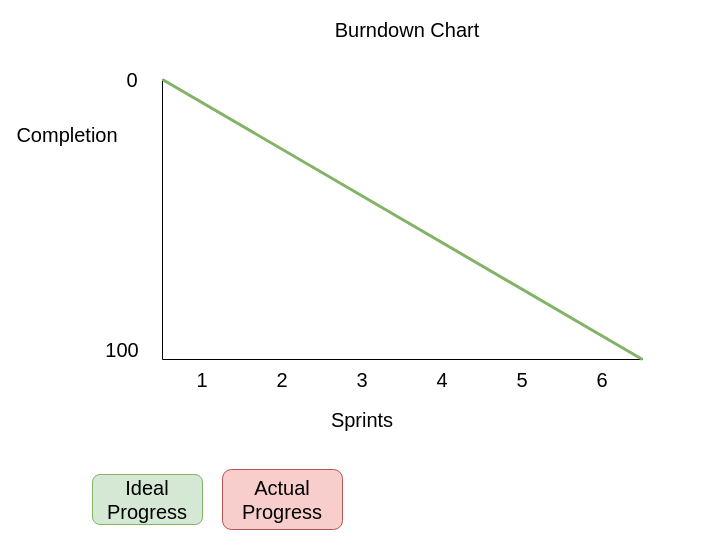
Before: Burndown.drawio in sbeckstrand/cs-3450-disk-golf, a draw.io diagram. Source tidied: cells renumbered, new cells numbered last; positions are measured from the earlier drawing's top-left corner, leaving out a move shared by most shapes. Both pictures are drawn from the tidied source at 100%, with x=0, y=0 at pixel (32, 19).
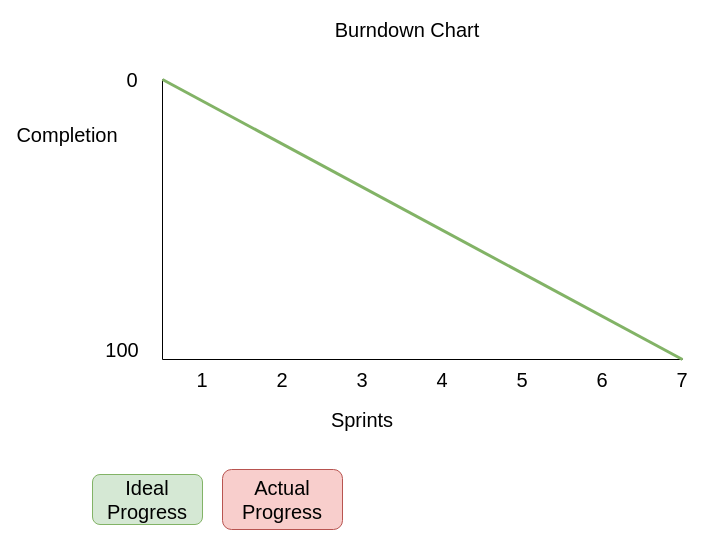
Above is the later version.

What changed in the source:
```diff
@@
     <mxCell id="3" style="endArrow=none;html=1;" parent="1" edge="1">
       <mxGeometry relative="1" as="geometry">
         <mxPoint x="130" y="340" as="sourcePoint" />
-        <mxPoint x="610" y="340" as="targetPoint" />
+        <mxPoint x="650" y="340" as="targetPoint" />
       </mxGeometry>
     </mxCell>
     <mxCell id="4" style="endArrow=none;html=1;fillColor=#d5e8d4;strokeColor=#82b366;strokeWidth=3;" parent="1" edge="1">
       <mxGeometry relative="1" as="geometry">
-        <mxPoint x="610" y="340" as="sourcePoint" />
+        <mxPoint x="650" y="340" as="sourcePoint" />
         <mxPoint x="130" y="60" as="targetPoint" />
       </mxGeometry>
     </mxCell>
@@
+    <mxCell id="18" value="7" style="text;html=1;strokeColor=none;fillColor=none;align=center;verticalAlign=middle;whiteSpace=wrap;rounded=0;fontSize=20;" parent="1" vertex="1">
+      <mxGeometry x="630" y="350" width="40" height="20" as="geometry" />
+    </mxCell>
```
